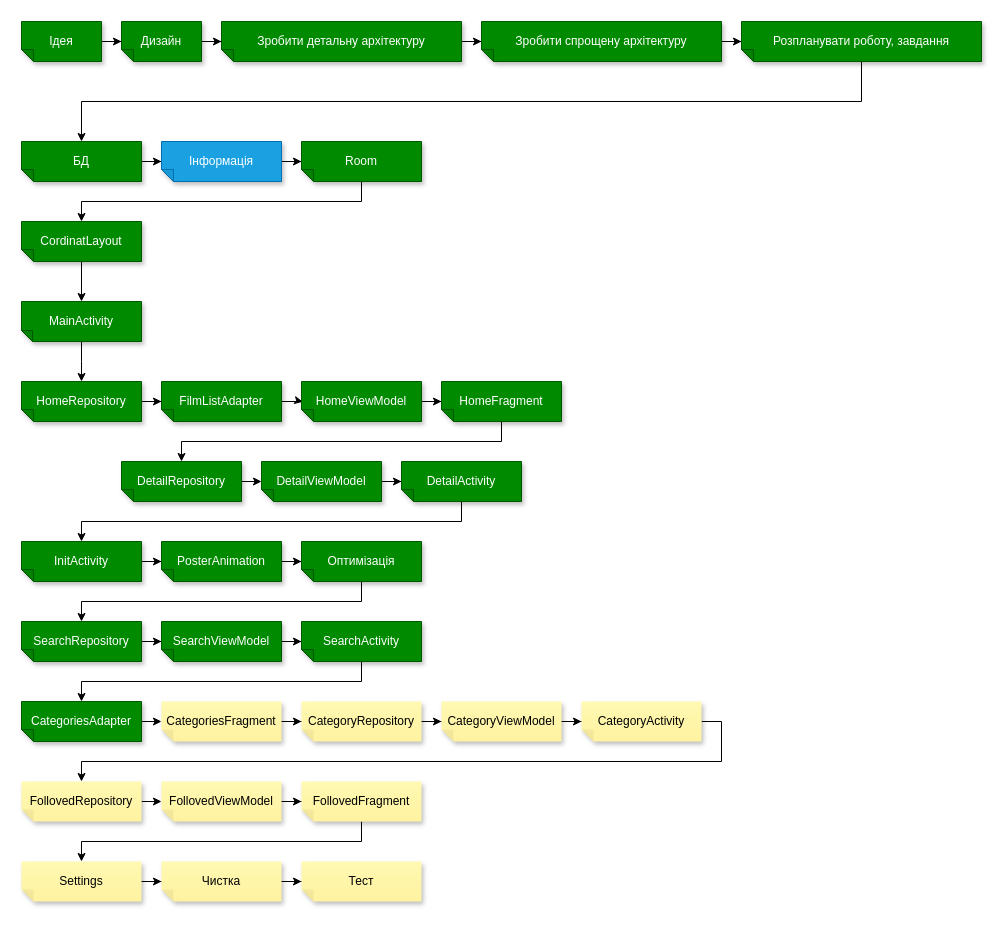
The draw.io diagram page "Завдання" (2 of 2) of files for project/MoviesReview.drawio in SviatKuzbyt/MoviesReview, before the edit. Source tidied: cells renumbered, new cells numbered last; positions are measured from the earlier drawing's top-left corner, leaving out a move shared by most shapes. Both pictures are drawn from the tidied source at 100%, with x=0, y=0 at pixel (21, 21).
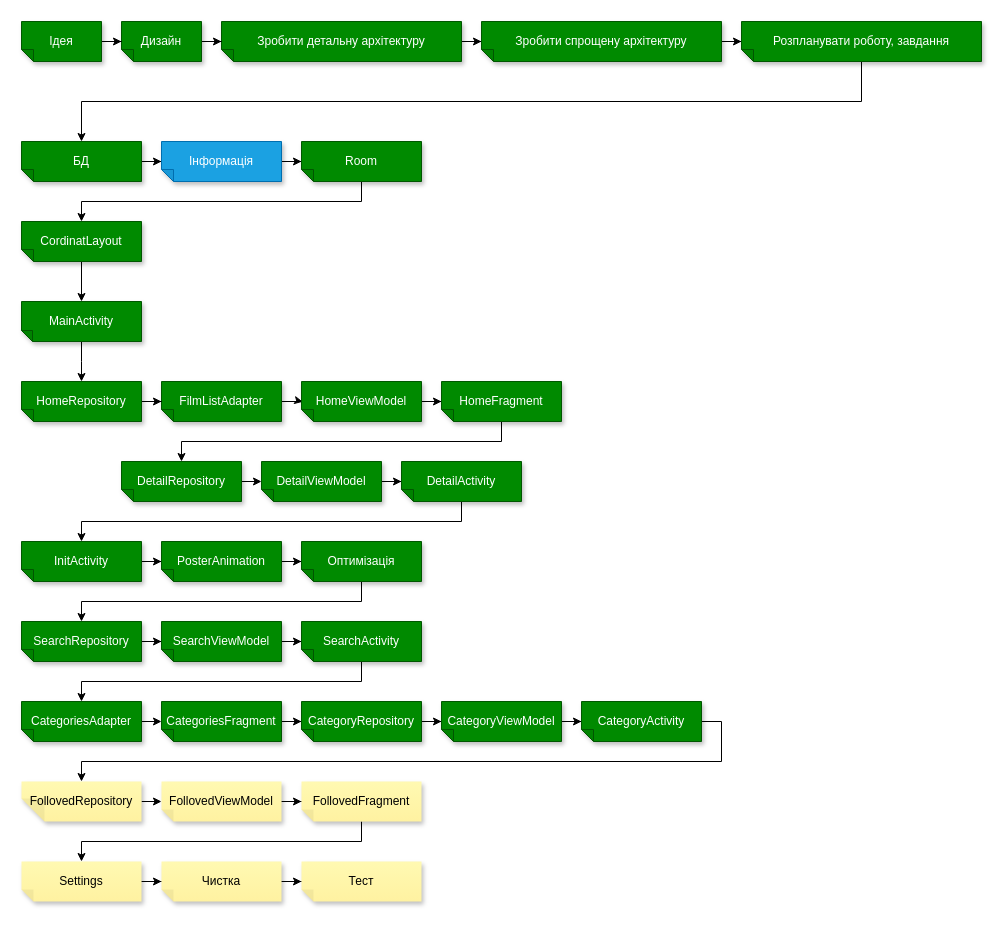
The same page after the edit.

The edit, as a diff of the source:
```diff
@@
-    <mxCell id="35" value="CategoriesFragment" style="shape=note;whiteSpace=wrap;html=1;backgroundOutline=1;fontColor=#000000;darkOpacity=0.05;fillColor=#FFF9B2;strokeColor=none;fillStyle=solid;direction=west;gradientDirection=north;gradientColor=#FFF2A1;shadow=1;size=12;" parent="1" vertex="1">
+    <mxCell id="35" value="CategoriesFragment" style="shape=note;whiteSpace=wrap;html=1;backgroundOutline=1;fontColor=#ffffff;darkOpacity=0.05;fillColor=#008a00;strokeColor=#005700;fillStyle=solid;direction=west;gradientDirection=north;shadow=1;size=12;" parent="1" vertex="1">
       <mxGeometry x="140" y="680" width="120" height="40" as="geometry" />
     </mxCell>
@@
-    <mxCell id="37" value="CategoryRepository" style="shape=note;whiteSpace=wrap;html=1;backgroundOutline=1;fontColor=#000000;darkOpacity=0.05;fillColor=#FFF9B2;strokeColor=none;fillStyle=solid;direction=west;gradientDirection=north;gradientColor=#FFF2A1;shadow=1;size=12;" parent="1" vertex="1">
+    <mxCell id="37" value="CategoryRepository" style="shape=note;whiteSpace=wrap;html=1;backgroundOutline=1;fontColor=#ffffff;darkOpacity=0.05;fillColor=#008a00;strokeColor=#005700;fillStyle=solid;direction=west;gradientDirection=north;shadow=1;size=12;" parent="1" vertex="1">
       <mxGeometry x="280" y="680" width="120" height="40" as="geometry" />
     </mxCell>
@@
-    <mxCell id="39" value="CategoryViewModel" style="shape=note;whiteSpace=wrap;html=1;backgroundOutline=1;fontColor=#000000;darkOpacity=0.05;fillColor=#FFF9B2;strokeColor=none;fillStyle=solid;direction=west;gradientDirection=north;gradientColor=#FFF2A1;shadow=1;size=12;" parent="1" vertex="1">
+    <mxCell id="39" value="CategoryViewModel" style="shape=note;whiteSpace=wrap;html=1;backgroundOutline=1;fontColor=#ffffff;darkOpacity=0.05;fillColor=#008a00;strokeColor=#005700;fillStyle=solid;direction=west;gradientDirection=north;shadow=1;size=12;" parent="1" vertex="1">
       <mxGeometry x="420" y="680" width="120" height="40" as="geometry" />
     </mxCell>
@@
-    <mxCell id="41" value="CategoryActivity" style="shape=note;whiteSpace=wrap;html=1;backgroundOutline=1;fontColor=#000000;darkOpacity=0.05;fillColor=#FFF9B2;strokeColor=none;fillStyle=solid;direction=west;gradientDirection=north;gradientColor=#FFF2A1;shadow=1;size=12;" parent="1" vertex="1">
+    <mxCell id="41" value="CategoryActivity" style="shape=note;whiteSpace=wrap;html=1;backgroundOutline=1;fontColor=#ffffff;darkOpacity=0.05;fillColor=#008a00;strokeColor=#005700;fillStyle=solid;direction=west;gradientDirection=north;shadow=1;size=12;" parent="1" vertex="1">
       <mxGeometry x="560" y="680" width="120" height="40" as="geometry" />
     </mxCell>
@@
-    <mxCell id="49" value="FollovedRepository" style="shape=note;whiteSpace=wrap;html=1;backgroundOutline=1;fontColor=#000000;darkOpacity=0.05;fillColor=#FFF9B2;strokeColor=none;fillStyle=solid;direction=west;gradientDirection=north;gradientColor=#FFF2A1;shadow=1;size=12;" parent="1" vertex="1">
+    <mxCell id="49" value="FollovedRepository" style="shape=note;whiteSpace=wrap;html=1;backgroundOutline=1;fontColor=#000000;darkOpacity=0.05;fillColor=#FFF9B2;strokeColor=none;fillStyle=solid;direction=west;gradientDirection=north;gradientColor=#FFF2A1;shadow=1;size=23;" parent="1" vertex="1">
       <mxGeometry y="760" width="120" height="40" as="geometry" />
     </mxCell>
```
